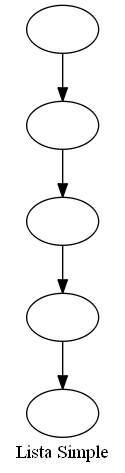
Earlier version of the Graphviz export Python/Lista_simple.png (200915305/Practica2s12017_200915305). Its source is kept beside it as Python/Lista_simple.dot.
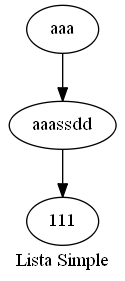
After the commit.

Diff of the diagram source:
```diff
@@ -1,14 +1,10 @@
 digraph ListaSimple{
 label = "Lista Simple"
 
-	Node0[label = ""];
-	Node1[label = ""];
-	Node2[label = ""];
-	Node3[label = ""];
-	Node4[label = ""];
+	Node0[label = "aaa"];
+	Node1[label = "aaassdd"];
+	Node2[label = "111"];
 
 	Node0 -> Node1;
 	Node1 -> Node2;
-	Node2 -> Node3;
-	Node3 -> Node4;
 }
```
